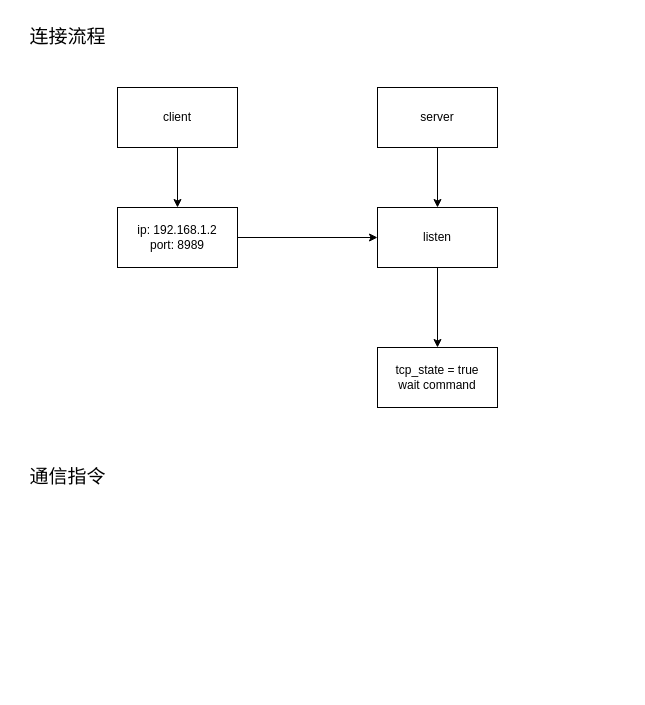
Before: page "新标定流程" (3 of 3) of 重构相机标定工具.drawio in Jev0987/drawioFile, a draw.io diagram. Source tidied: cells renumbered, new cells numbered last; positions are measured from the earlier drawing's top-left corner, leaving out a move shared by most shapes. Both pictures are drawn from the tidied source at 100%, with x=0, y=0 at pixel (17, 17).
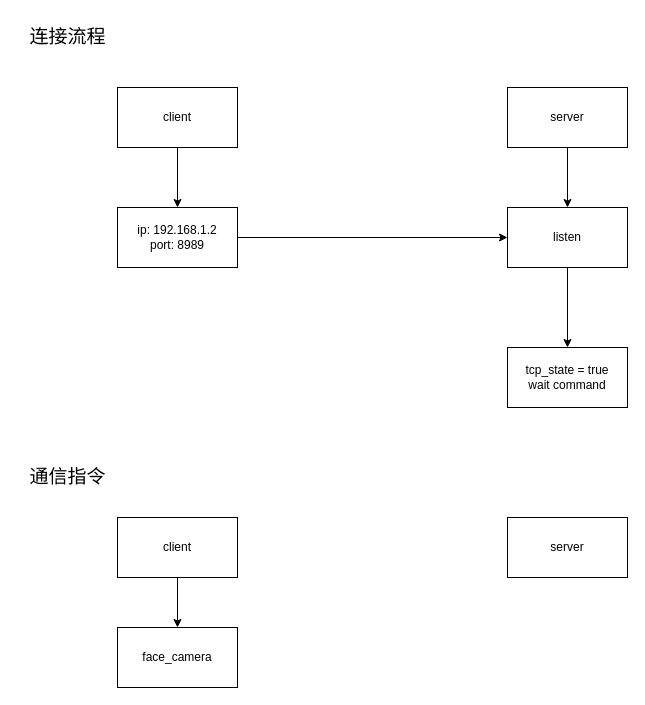
After the change.

Commit message (it also covers changes not shown here):
更新重构相机标定工具.drawio

Change to the diagram source:
```diff
@@
 <mxGraphModel>
   <root>
     <mxCell id="0" />
     <mxCell id="1" parent="0" />
     <mxCell id="2" style="edgeStyle=orthogonalEdgeStyle;rounded=0;jettySize=auto;html=1;" parent="1" edge="1" source="3" target="7">
       <mxGeometry relative="1" as="geometry" />
     </mxCell>
     <mxCell id="3" value="client" style="whiteSpace=wrap;html=1;" parent="1" vertex="1">
       <mxGeometry x="100" y="70" width="120" height="60" as="geometry" />
     </mxCell>
     <mxCell id="4" style="edgeStyle=orthogonalEdgeStyle;rounded=0;jettySize=auto;html=1;" parent="1" edge="1" source="5" target="10">
       <mxGeometry relative="1" as="geometry" />
     </mxCell>
     <mxCell id="5" value="server" style="whiteSpace=wrap;html=1;" parent="1" vertex="1">
-      <mxGeometry x="360" y="70" width="120" height="60" as="geometry" />
+      <mxGeometry x="490" y="70" width="120" height="60" as="geometry" />
     </mxCell>
     <mxCell id="6" style="edgeStyle=orthogonalEdgeStyle;rounded=0;jettySize=auto;html=1;exitX=1;exitY=0.5;exitDx=0;exitDy=0;entryX=0;entryY=0.5;entryDx=0;entryDy=0;" parent="1" edge="1" source="7" target="10">
       <mxGeometry relative="1" as="geometry" />
     </mxCell>
     <mxCell id="7" value="ip: 192.168.1.2&lt;div&gt;port: 8989&lt;/div&gt;" style="whiteSpace=wrap;html=1;" parent="1" vertex="1">
       <mxGeometry x="100" y="190" width="120" height="60" as="geometry" />
     </mxCell>
     <mxCell id="8" value="连接流程" style="text;html=1;align=center;verticalAlign=middle;strokeColor=none;fillColor=none;fontSize=19;" parent="1" vertex="1">
       <mxGeometry width="100" height="40" as="geometry" />
     </mxCell>
     <mxCell id="9" style="edgeStyle=orthogonalEdgeStyle;rounded=0;jettySize=auto;html=1;" parent="1" edge="1" source="10" target="11">
       <mxGeometry relative="1" as="geometry" />
     </mxCell>
     <mxCell id="10" value="listen" style="whiteSpace=wrap;html=1;" parent="1" vertex="1">
-      <mxGeometry x="360" y="190" width="120" height="60" as="geometry" />
+      <mxGeometry x="490" y="190" width="120" height="60" as="geometry" />
     </mxCell>
     <mxCell id="11" value="tcp_state = true&lt;div&gt;wait command&lt;/div&gt;" style="whiteSpace=wrap;html=1;" parent="1" vertex="1">
-      <mxGeometry x="360" y="330" width="120" height="60" as="geometry" />
+      <mxGeometry x="490" y="330" width="120" height="60" as="geometry" />
     </mxCell>
     <mxCell id="12" value="通信指令" style="text;html=1;align=center;verticalAlign=middle;strokeColor=none;fillColor=none;fontSize=19;" parent="1" vertex="1">
       <mxGeometry y="440" width="100" height="40" as="geometry" />
     </mxCell>
+    <mxCell id="13" style="edgeStyle=orthogonalEdgeStyle;rounded=0;jettySize=auto;html=1;" parent="1" edge="1" source="14" target="16">
+      <mxGeometry relative="1" as="geometry" />
+    </mxCell>
+    <mxCell id="14" value="client" style="whiteSpace=wrap;html=1;" parent="1" vertex="1">
+      <mxGeometry x="100" y="500" width="120" height="60" as="geometry" />
+    </mxCell>
+    <mxCell id="15" value="server" style="whiteSpace=wrap;html=1;" parent="1" vertex="1">
+      <mxGeometry x="490" y="500" width="120" height="60" as="geometry" />
+    </mxCell>
+    <mxCell id="16" value="face_camera" style="whiteSpace=wrap;html=1;" parent="1" vertex="1">
+      <mxGeometry x="100" y="610" width="120" height="60" as="geometry" />
+    </mxCell>
   </root>
 </mxGraphModel>
```
